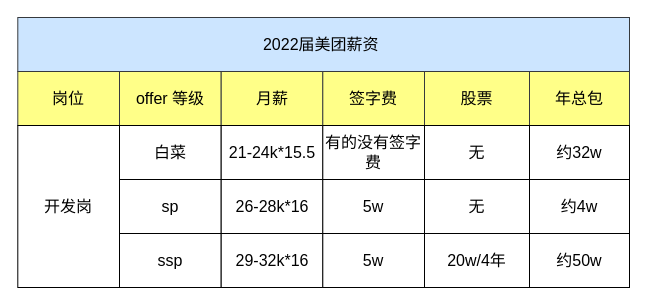
xiaolincoder/ImageHost4 keeps this draw.io diagram as 杂/22届美团.drawio. Above is the earlier version. Source tidied: cells renumbered, new cells numbered last; positions are measured from the earlier drawing's top-left corner, leaving out a move shared by most shapes. Both pictures are drawn from the tidied source at 100%, with x=0, y=0 at pixel (17, 17).
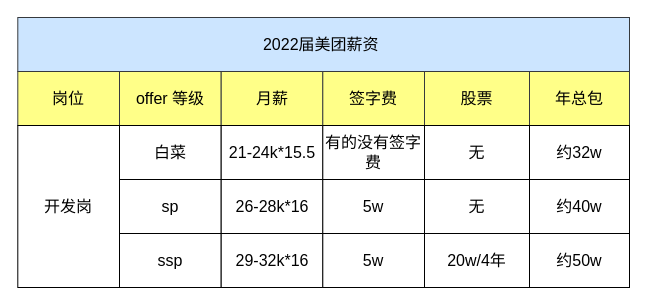
The same diagram, later.

Diff of the diagram source:
```diff
@@
-    <mxCell id="16" value="约4w" style="rounded=0;whiteSpace=wrap;html=1;fontSize=16;" parent="1" vertex="1">
+    <mxCell id="16" value="约40w" style="rounded=0;whiteSpace=wrap;html=1;fontSize=16;" parent="1" vertex="1">
       <mxGeometry x="512" y="162" width="100" height="54" as="geometry" />
     </mxCell>
```
